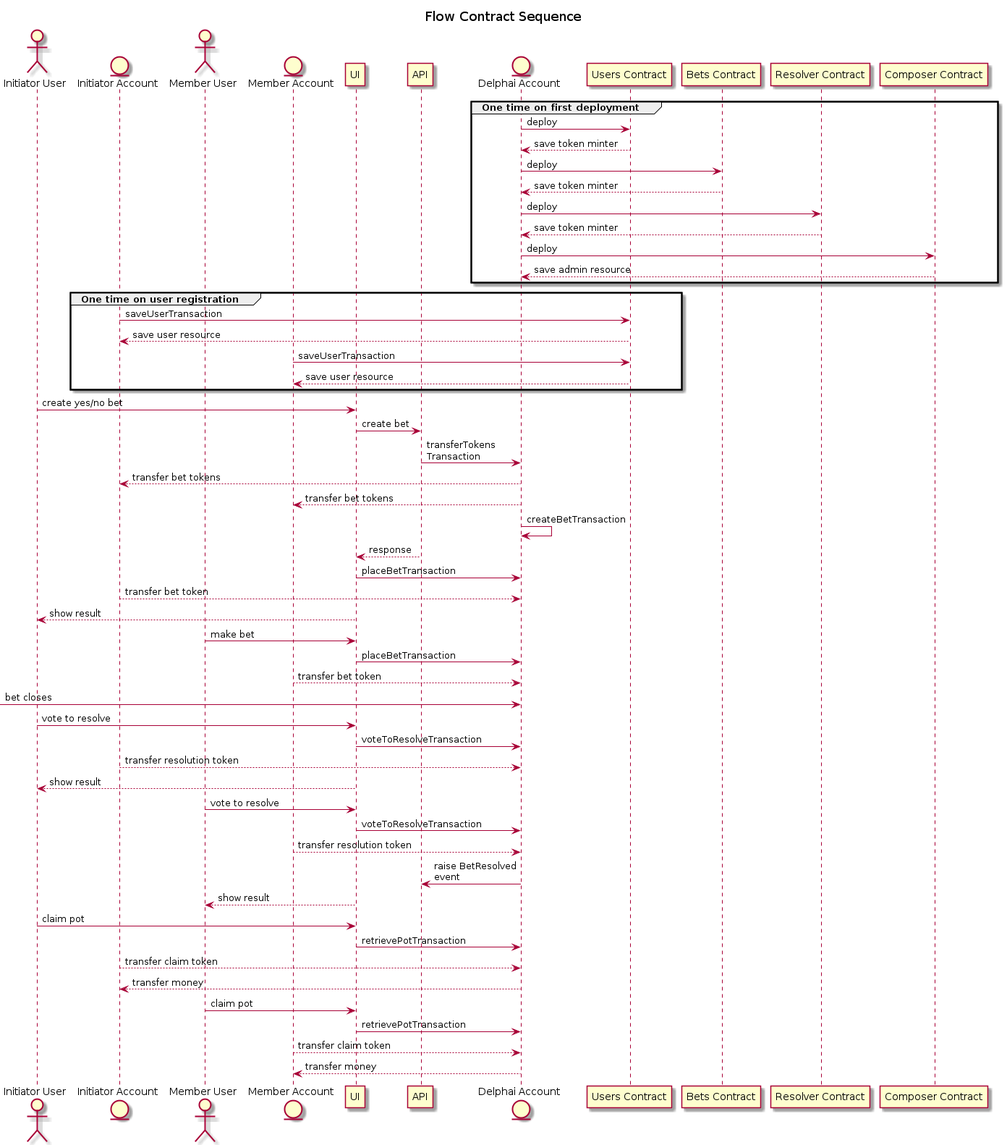
adhurjaty/prediction-app keeps this PlantUML diagram as docs/Diagrams/out/Architecture/flowContractSequence.png. Above is the earlier version.
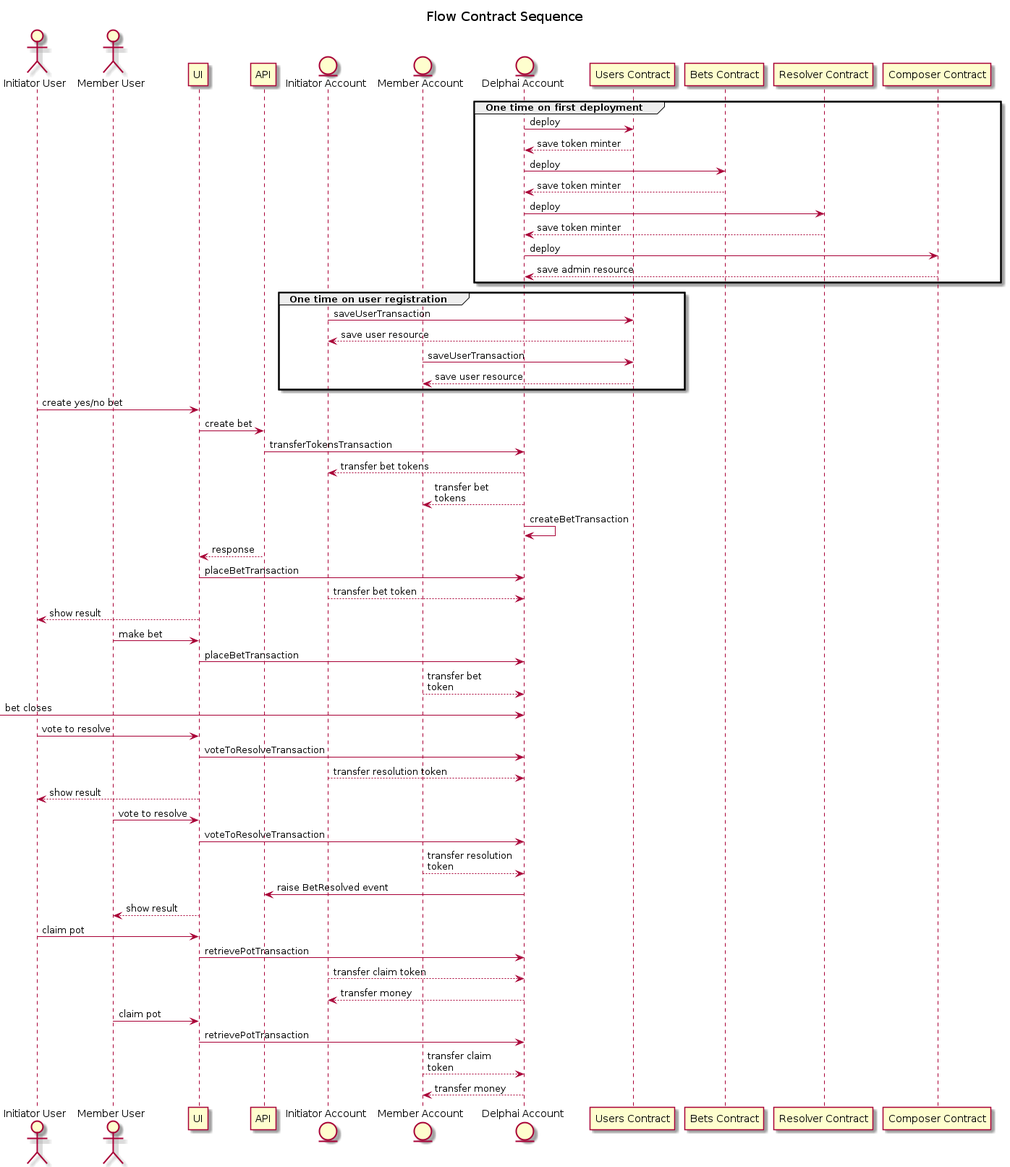
After the commit.

Commit message:
formatting changes for sequence

Diff of the diagram source:
```diff
@@ -3,11 +3,11 @@
 title Flow Contract Sequence
 
 actor "Initiator User" as init
-entity "Initiator Account" as initAcct
 actor "Member User" as member
-entity "Member Account" as memberAcct
 participant UI as ui
 participant API as api
+entity "Initiator Account" as initAcct
+entity "Member Account" as memberAcct
 entity "Delphai Account" as delph
 participant "Users Contract" as usersContract
 participant "Bets Contract" as betsContract
@@ -33,9 +33,9 @@
 
 init -> ui : create yes/no bet
 ui -> api : create bet
-api -> delph : transferTokens\nTransaction
+api -> delph : transferTokensTransaction
 delph --> initAcct : transfer bet tokens
-delph --> memberAcct : transfer bet tokens
+delph --> memberAcct : transfer bet\ntokens
 delph -> delph : createBetTransaction
 api --> ui : response
 
@@ -44,7 +44,7 @@
 ui --> init : show result
 member -> ui : make bet
 ui -> delph : placeBetTransaction
-memberAcct --> delph : transfer bet token
+memberAcct --> delph : transfer bet\ntoken
 
 -> delph : bet closes
 
@@ -54,8 +54,8 @@
 ui --> init : show result
 member -> ui : vote to resolve
 ui -> delph : voteToResolveTransaction
-memberAcct --> delph : transfer resolution token
-delph -> api : raise BetResolved\nevent
+memberAcct --> delph : transfer resolution\ntoken
+delph -> api : raise BetResolved event
 ui --> member : show result
 
 init -> ui : claim pot
@@ -64,7 +64,7 @@
 delph --> initAcct : transfer money
 member -> ui : claim pot
 ui -> delph : retrievePotTransaction
-memberAcct --> delph : transfer claim token
+memberAcct --> delph : transfer claim\ntoken
 delph --> memberAcct : transfer money
 
 @enduml
```
